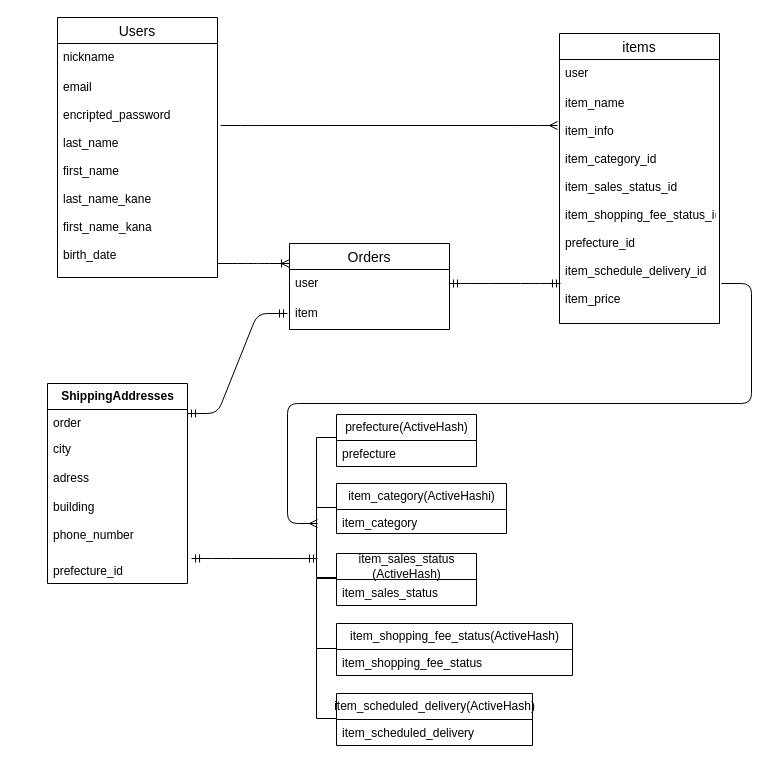
Above: ER.dio in mayaya6917/furima-39829 (draw.io), before the change. Source tidied: cells renumbered, new cells numbered last; positions are measured from the earlier drawing's top-left corner, leaving out a move shared by most shapes. Both pictures are drawn from the tidied source at 100%, with x=0, y=0 at pixel (17, 17).
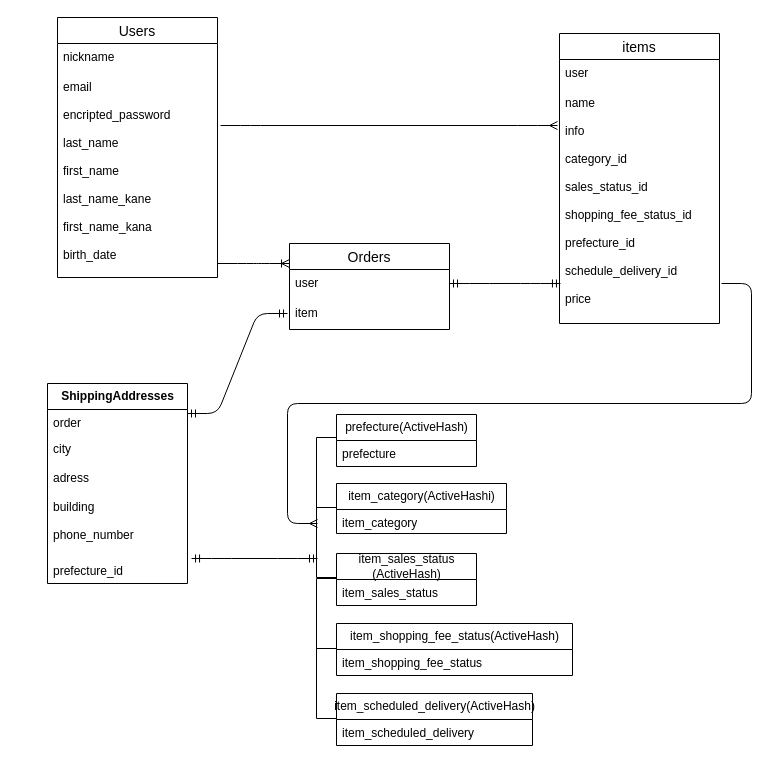
The same page after the edit.

The change refers to these unchanged cells:
```xml
<mxCell id="27" value="items" style="swimlane;fontStyle=0;horizontal=1;startSize=26;align=center;fontSize=14;" parent="1" vertex="1">
  <mxGeometry x="542" y="16" width="160" height="290" as="geometry" />
</mxCell>
```

What changed in the source:
```diff
@@
-    <mxCell id="29" value="item_name&#10;&#10;item_info&#10;&#10;item_category_id&#10;&#10;item_sales_status_id&#10;&#10;item_shopping_fee_status_id&#10;&#10;prefecture_id&#10;&#10;item_schedule_delivery_id&#10;&#10;item_price" style="text;strokeColor=none;fillColor=none;spacingLeft=4;spacingRight=4;overflow=hidden;points=[[0,0.5],[1,0.5]];portConstraint=eastwest;fontSize=12;" parent="27" vertex="1">
+    <mxCell id="29" value="name&#10;&#10;info&#10;&#10;category_id&#10;&#10;sales_status_id&#10;&#10;shopping_fee_status_id&#10;&#10;prefecture_id&#10;&#10;schedule_delivery_id&#10;&#10;price" style="text;strokeColor=none;fillColor=none;spacingLeft=4;spacingRight=4;overflow=hidden;points=[[0,0.5],[1,0.5]];portConstraint=eastwest;fontSize=12;" parent="27" vertex="1">
       <mxGeometry y="56" width="160" height="234" as="geometry" />
     </mxCell>
```
